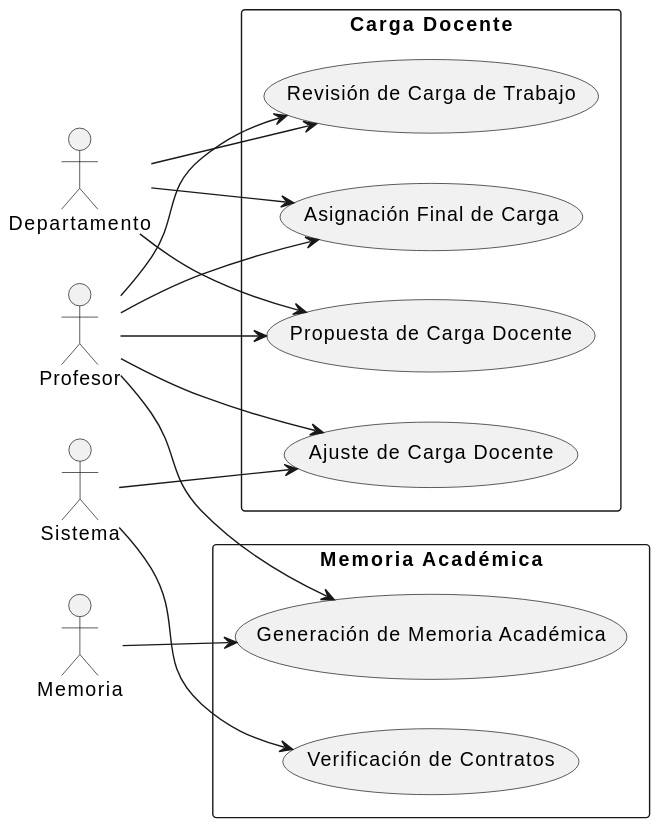
mmasias/24-25-IdSw1-SDR keeps this PlantUML diagram as images/modelosUML/CdU/EncontrarCasos.svg. Above is the earlier version.
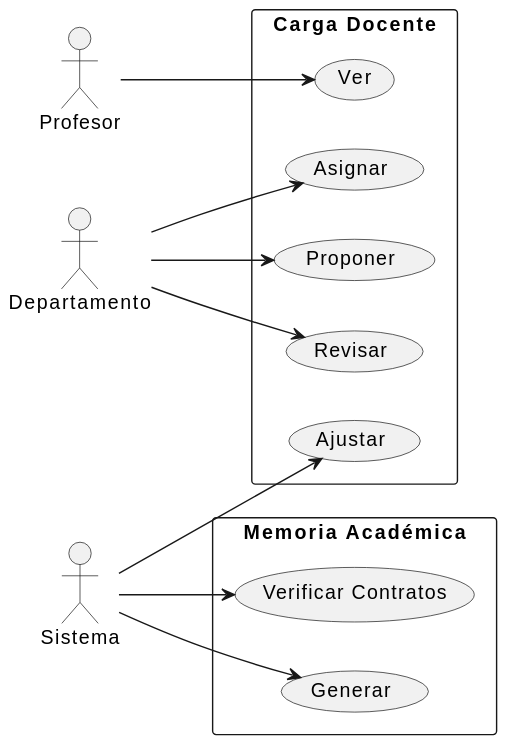
After the change.

What changed in the source:
```diff
@@ -4,34 +4,29 @@
 actor Profesor as A_Profesor
 actor Departamento as A_Departamento
 actor Sistema as A_Sistema
-actor Memoria as A_Memoria
 
 rectangle "Carga Docente" {
-    usecase "Ajuste de Carga Docente" as Caso1
-    usecase "Propuesta de Carga Docente" as Caso2
-    usecase "Revisión de Carga de Trabajo" as Caso4
-    usecase "Asignación Final de Carga" as Caso5
+    usecase "Ajustar" as Caso1
+    usecase "Proponer" as Caso2
+    usecase "Revisar" as Caso4
+    usecase "Asignar" as Caso5
+    usecase "Ver" as Caso7
 }
 
 rectangle "Memoria Académica" {
- usecase "Verificación de Contratos" as Caso6
- usecase "Generación de Memoria Académica" as Caso3
+ usecase "Verificar Contratos" as Caso6
+ usecase "Generar" as Caso3
 
 
 }
 
-A_Profesor --> Caso1
-A_Profesor --> Caso2
-A_Profesor --> Caso3
-A_Profesor --> Caso4
-A_Profesor --> Caso5
+A_Profesor --> Caso7
 
 A_Departamento --> Caso2
 A_Departamento --> Caso4
 A_Departamento --> Caso5
 
-A_Memoria --> Caso3
-
 A_Sistema --> Caso1
 A_Sistema --> Caso6
+A_Sistema --> Caso3
 @enduml
```
